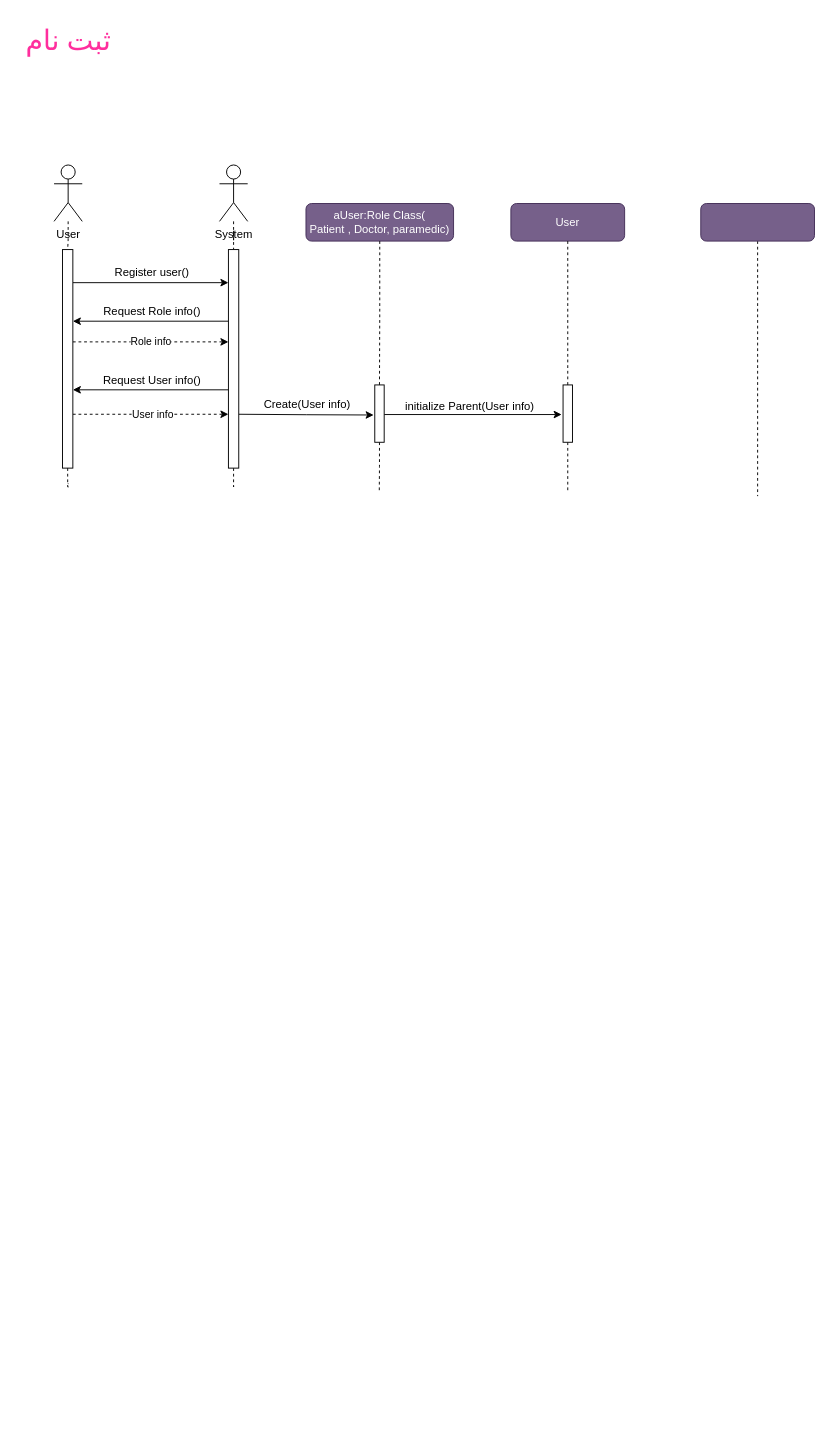
The draw.io diagram page "ثبت‌نام" (6 of 20) of Sequence Diagram/SequenceDiagram.drawio in Matinrezaei/Software-Lab, before the edit. Source tidied: cells renumbered, new cells numbered last; positions are measured from the earlier drawing's top-left corner, leaving out a move shared by most shapes. Both pictures are drawn from the tidied source at 94%, with x=0, y=0 at pixel (16, 16).
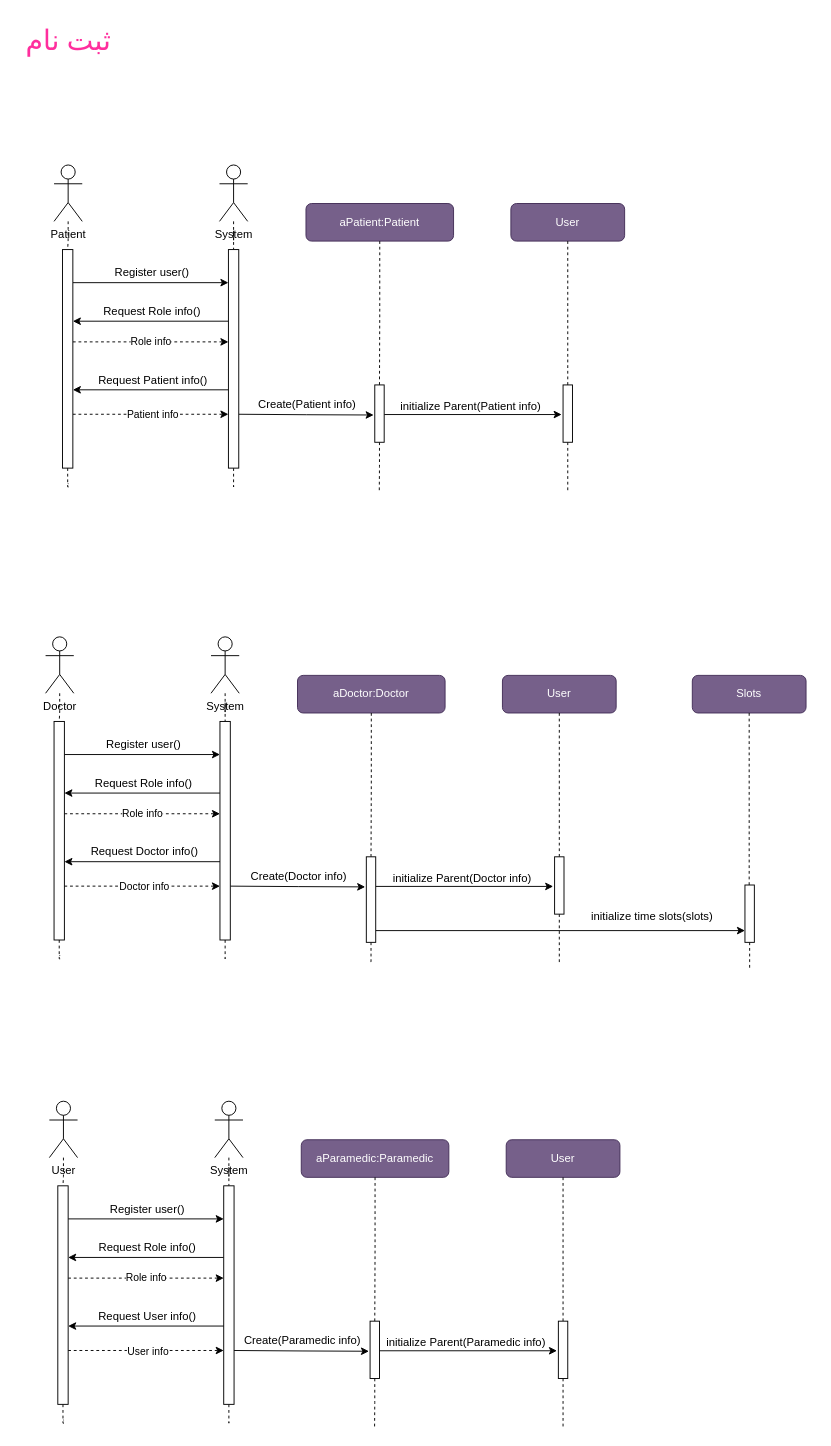
Above is the later version.

The change refers to these unchanged cells:
```xml
<mxCell id="10" style="edgeStyle=orthogonalEdgeStyle;rounded=0;orthogonalLoop=1;jettySize=auto;html=1;entryX=0.5;entryY=1;entryDx=0;entryDy=0;dashed=1;" parent="1" edge="1">
  <mxGeometry relative="1" as="geometry">
    <mxPoint x="60" y="423.2" as="sourcePoint" />
    <mxPoint x="225.5" y="423.2" as="targetPoint" />
  </mxGeometry>
</mxCell>
```

The edit, as a diff of the source:
```diff
@@
-    <mxCell id="4" value="User" style="shape=umlActor;verticalLabelPosition=bottom;verticalAlign=top;html=1;outlineConnect=0;" parent="1" vertex="1">
+    <mxCell id="4" value="Patient" style="shape=umlActor;verticalLabelPosition=bottom;verticalAlign=top;html=1;outlineConnect=0;" parent="1" vertex="1">
       <mxGeometry x="40" y="158" width="30" height="60" as="geometry" />
     </mxCell>
@@
-    <mxCell id="11" value="User info" style="edgeLabel;html=1;align=center;verticalAlign=middle;" parent="10" vertex="1">
+    <mxCell id="11" value="Patient info" style="edgeLabel;html=1;align=center;verticalAlign=middle;" parent="10" vertex="1">
       <mxGeometry x="0.03" relative="1" as="geometry">
         <mxPoint x="-1" as="offset" />
       </mxGeometry>
     </mxCell>
@@
-    <mxCell id="20" value="&lt;div&gt;aUser:Role Class(&lt;/div&gt;&lt;div&gt;Patient , Doctor, paramedic)&lt;br&gt;&lt;/div&gt;" style="rounded=1;whiteSpace=wrap;html=1;fillColor=#76608a;fontColor=#ffffff;strokeColor=#432D57;" parent="1" vertex="1">
+    <mxCell id="20" value="aPatient:Patient" style="rounded=1;whiteSpace=wrap;html=1;fillColor=#76608a;fontColor=#ffffff;strokeColor=#432D57;" parent="1" vertex="1">
       <mxGeometry x="308" y="199" width="157" height="40" as="geometry" />
     </mxCell>
-    <mxCell id="21" style="edgeStyle=orthogonalEdgeStyle;rounded=0;jettySize=auto;html=1;endArrow=none;endFill=0;dashed=1;" parent="1" edge="1" source="22">
-      <mxGeometry relative="1" as="geometry">
-        <mxPoint x="788.5" y="510.3" as="targetPoint" />
-      </mxGeometry>
-    </mxCell>
-    <mxCell id="22" style="rounded=1;whiteSpace=wrap;html=1;fillColor=#76608a;fontColor=#ffffff;strokeColor=#432D57;" parent="1" vertex="1">
-      <mxGeometry x="728" y="199" width="121" height="40" as="geometry" />
-    </mxCell>
@@
-    <mxCell id="26" value="Request User info()" style="text;html=1;align=center;verticalAlign=middle;strokeColor=none;fillColor=none;" parent="1" vertex="1">
-      <mxGeometry x="81" y="374" width="126" height="26" as="geometry" />
+    <mxCell id="26" value="Request Patient info()" style="text;html=1;align=center;verticalAlign=middle;strokeColor=none;fillColor=none;" parent="1" vertex="1">
+      <mxGeometry x="76" y="374" width="137" height="26" as="geometry" />
     </mxCell>
-    <mxCell id="27" value="Create(User info)" style="text;html=1;align=center;verticalAlign=middle;strokeColor=none;fillColor=none;" parent="1" vertex="1">
-      <mxGeometry x="252" y="400" width="113" height="26" as="geometry" />
+    <mxCell id="27" value="Create(Patient info)" style="text;html=1;align=center;verticalAlign=middle;strokeColor=none;fillColor=none;" parent="1" vertex="1">
+      <mxGeometry x="247" y="400" width="124" height="26" as="geometry" />
     </mxCell>
@@
-    <mxCell id="33" value="initialize Parent(User info)" style="text;html=1;align=center;verticalAlign=middle;strokeColor=none;fillColor=none;" parent="1" vertex="1">
-      <mxGeometry x="402.5" y="402" width="159" height="26" as="geometry" />
+    <mxCell id="33" value="initialize Parent(Patient info)" style="text;html=1;align=center;verticalAlign=middle;strokeColor=none;fillColor=none;" parent="1" vertex="1">
+      <mxGeometry x="397.5" y="402" width="170" height="26" as="geometry" />
     </mxCell>
+    <mxCell id="34" style="edgeStyle=orthogonalEdgeStyle;rounded=0;jettySize=auto;html=1;dashed=1;endArrow=none;endFill=0;" parent="1" edge="1" source="43">
+      <mxGeometry relative="1" as="geometry">
+        <mxPoint x="46" y="998.8" as="targetPoint" />
+      </mxGeometry>
+    </mxCell>
+    <mxCell id="35" value="Doctor" style="shape=umlActor;verticalLabelPosition=bottom;verticalAlign=top;html=1;outlineConnect=0;" parent="1" vertex="1">
+      <mxGeometry x="31" y="660" width="30" height="60" as="geometry" />
+    </mxCell>
+    <mxCell id="36" style="edgeStyle=orthogonalEdgeStyle;rounded=0;jettySize=auto;html=1;dashed=1;endArrow=none;endFill=0;" parent="1" edge="1" source="47">
+      <mxGeometry relative="1" as="geometry">
+        <mxPoint x="222" y="999.2" as="targetPoint" />
+      </mxGeometry>
+    </mxCell>
+    <mxCell id="37" value="System" style="shape=umlActor;verticalLabelPosition=bottom;verticalAlign=top;html=1;outlineConnect=0;" parent="1" vertex="1">
+      <mxGeometry x="207" y="660" width="30" height="60" as="geometry" />
+    </mxCell>
+    <mxCell id="38" style="edgeStyle=orthogonalEdgeStyle;rounded=0;jettySize=auto;html=1;dashed=1;endArrow=none;endFill=0;" parent="1" edge="1" source="35" target="43">
+      <mxGeometry relative="1" as="geometry" />
+    </mxCell>
+    <mxCell id="39" style="edgeStyle=orthogonalEdgeStyle;rounded=0;orthogonalLoop=1;jettySize=auto;html=1;entryX=0.5;entryY=1;entryDx=0;entryDy=0;" parent="1" edge="1">
+      <mxGeometry relative="1" as="geometry">
+        <mxPoint x="51" y="785.2" as="sourcePoint" />
+        <mxPoint x="216.5" y="785.2" as="targetPoint" />
+      </mxGeometry>
+    </mxCell>
+    <mxCell id="40" value="Role info" style="edgeStyle=orthogonalEdgeStyle;rounded=0;orthogonalLoop=1;jettySize=auto;html=1;entryX=0.5;entryY=1;entryDx=0;entryDy=0;dashed=1;" parent="1" edge="1">
+      <mxGeometry relative="1" as="geometry">
+        <mxPoint x="51" y="848.2" as="sourcePoint" />
+        <mxPoint x="216.5" y="848.2" as="targetPoint" />
+      </mxGeometry>
+    </mxCell>
+    <mxCell id="41" style="edgeStyle=orthogonalEdgeStyle;rounded=0;orthogonalLoop=1;jettySize=auto;html=1;entryX=0.5;entryY=1;entryDx=0;entryDy=0;dashed=1;" parent="1" edge="1">
+      <mxGeometry relative="1" as="geometry">
+        <mxPoint x="51" y="925.2" as="sourcePoint" />
+        <mxPoint x="216.5" y="925.2" as="targetPoint" />
+      </mxGeometry>
+    </mxCell>
+    <mxCell id="42" value="Doctor info" style="edgeLabel;html=1;align=center;verticalAlign=middle;" parent="41" vertex="1">
+      <mxGeometry x="0.03" relative="1" as="geometry">
+        <mxPoint x="-1" as="offset" />
+      </mxGeometry>
+    </mxCell>
+    <mxCell id="43" style="rounded=0;whiteSpace=wrap;html=1;direction=south;" parent="1" vertex="1">
+      <mxGeometry x="40" y="750" width="11" height="232.5" as="geometry" />
+    </mxCell>
+    <mxCell id="44" style="edgeStyle=orthogonalEdgeStyle;rounded=0;jettySize=auto;html=1;dashed=1;endArrow=none;endFill=0;" parent="1" edge="1" source="37" target="47">
+      <mxGeometry relative="1" as="geometry" />
+    </mxCell>
+    <mxCell id="45" style="edgeStyle=orthogonalEdgeStyle;rounded=0;orthogonalLoop=1;jettySize=auto;html=1;entryX=0.5;entryY=0;entryDx=0;entryDy=0;" parent="1" edge="1">
+      <mxGeometry relative="1" as="geometry">
+        <mxPoint x="216.5" y="826.2" as="sourcePoint" />
+        <mxPoint x="51" y="826.2" as="targetPoint" />
+      </mxGeometry>
+    </mxCell>
+    <mxCell id="46" style="edgeStyle=orthogonalEdgeStyle;rounded=0;orthogonalLoop=1;jettySize=auto;html=1;" parent="1" edge="1">
+      <mxGeometry relative="1" as="geometry">
+        <mxPoint x="227.5" y="925.2" as="sourcePoint" />
+        <mxPoint x="371" y="926" as="targetPoint" />
+      </mxGeometry>
+    </mxCell>
+    <mxCell id="47" style="rounded=0;whiteSpace=wrap;html=1;direction=south;" parent="1" vertex="1">
+      <mxGeometry x="216.5" y="750" width="11" height="232.5" as="geometry" />
+    </mxCell>
+    <mxCell id="48" style="edgeStyle=orthogonalEdgeStyle;rounded=0;jettySize=auto;html=1;endArrow=none;endFill=0;dashed=1;" parent="1" edge="1" source="64">
+      <mxGeometry relative="1" as="geometry">
+        <mxPoint x="577.5" y="1008" as="targetPoint" />
+      </mxGeometry>
+    </mxCell>
+    <mxCell id="49" value="User" style="rounded=1;whiteSpace=wrap;html=1;fillColor=#76608a;fontColor=#ffffff;strokeColor=#432D57;" parent="1" vertex="1">
+      <mxGeometry x="517" y="701" width="121" height="40" as="geometry" />
+    </mxCell>
+    <mxCell id="50" style="edgeStyle=orthogonalEdgeStyle;rounded=0;jettySize=auto;html=1;dashed=1;endArrow=none;endFill=0;" parent="1" edge="1" source="62">
+      <mxGeometry relative="1" as="geometry">
+        <mxPoint x="377" y="1006" as="targetPoint" />
+      </mxGeometry>
+    </mxCell>
+    <mxCell id="51" value="aDoctor:Doctor" style="rounded=1;whiteSpace=wrap;html=1;fillColor=#76608a;fontColor=#ffffff;strokeColor=#432D57;" parent="1" vertex="1">
+      <mxGeometry x="299" y="701" width="157" height="40" as="geometry" />
+    </mxCell>
+    <mxCell id="52" style="edgeStyle=orthogonalEdgeStyle;rounded=0;jettySize=auto;html=1;endArrow=none;endFill=0;dashed=1;" parent="1" edge="1" source="96">
+      <mxGeometry relative="1" as="geometry">
+        <mxPoint x="780" y="1014" as="targetPoint" />
+      </mxGeometry>
+    </mxCell>
+    <mxCell id="53" value="Slots" style="rounded=1;whiteSpace=wrap;html=1;fillColor=#76608a;fontColor=#ffffff;strokeColor=#432D57;" parent="1" vertex="1">
+      <mxGeometry x="719" y="701" width="121" height="40" as="geometry" />
+    </mxCell>
+    <mxCell id="54" value="Register user()" style="text;html=1;align=center;verticalAlign=middle;strokeColor=none;fillColor=none;" parent="1" vertex="1">
+      <mxGeometry x="84" y="762" width="101" height="26" as="geometry" />
+    </mxCell>
+    <mxCell id="55" value="Request Role info()" style="text;html=1;align=center;verticalAlign=middle;strokeColor=none;fillColor=none;" parent="1" vertex="1">
+      <mxGeometry x="72" y="803" width="125" height="26" as="geometry" />
+    </mxCell>
+    <mxCell id="56" style="edgeStyle=orthogonalEdgeStyle;rounded=0;orthogonalLoop=1;jettySize=auto;html=1;entryX=0.5;entryY=0;entryDx=0;entryDy=0;" parent="1" edge="1">
+      <mxGeometry relative="1" as="geometry">
+        <mxPoint x="216.5" y="899.2" as="sourcePoint" />
+        <mxPoint x="51" y="899.2" as="targetPoint" />
+      </mxGeometry>
+    </mxCell>
+    <mxCell id="57" value="Request Doctor info()" style="text;html=1;align=center;verticalAlign=middle;strokeColor=none;fillColor=none;" parent="1" vertex="1">
+      <mxGeometry x="68" y="876" width="135" height="26" as="geometry" />
+    </mxCell>
+    <mxCell id="58" value="Create(Doctor info)" style="text;html=1;align=center;verticalAlign=middle;strokeColor=none;fillColor=none;" parent="1" vertex="1">
+      <mxGeometry x="239" y="902" width="122" height="26" as="geometry" />
+    </mxCell>
+    <mxCell id="59" style="edgeStyle=orthogonalEdgeStyle;rounded=0;jettySize=auto;html=1;dashed=1;endArrow=none;endFill=0;" parent="1" edge="1" source="51" target="62">
+      <mxGeometry relative="1" as="geometry" />
+    </mxCell>
+    <mxCell id="60" style="edgeStyle=orthogonalEdgeStyle;rounded=0;orthogonalLoop=1;jettySize=auto;html=1;" parent="1" edge="1">
+      <mxGeometry relative="1" as="geometry">
+        <mxPoint x="382.2" y="925.5" as="sourcePoint" />
+        <mxPoint x="571" y="925.5" as="targetPoint" />
+      </mxGeometry>
+    </mxCell>
+    <mxCell id="61" style="edgeStyle=orthogonalEdgeStyle;rounded=0;orthogonalLoop=1;jettySize=auto;html=1;" parent="1" edge="1">
+      <mxGeometry relative="1" as="geometry">
+        <mxPoint x="382.2" y="972.5" as="sourcePoint" />
+        <mxPoint x="775" y="972.5" as="targetPoint" />
+      </mxGeometry>
+    </mxCell>
+    <mxCell id="62" style="rounded=0;whiteSpace=wrap;html=1;direction=south;" parent="1" vertex="1">
+      <mxGeometry x="372.2" y="894" width="10" height="91" as="geometry" />
+    </mxCell>
+    <mxCell id="63" style="edgeStyle=orthogonalEdgeStyle;rounded=0;jettySize=auto;html=1;endArrow=none;endFill=0;dashed=1;" parent="1" edge="1" source="49" target="64">
+      <mxGeometry relative="1" as="geometry" />
+    </mxCell>
+    <mxCell id="64" style="rounded=0;whiteSpace=wrap;html=1;direction=south;" parent="1" vertex="1">
+      <mxGeometry x="572.5" y="894" width="10" height="61" as="geometry" />
+    </mxCell>
+    <mxCell id="65" value="initialize Parent(Doctor info)" style="text;html=1;align=center;verticalAlign=middle;strokeColor=none;fillColor=none;" parent="1" vertex="1">
+      <mxGeometry x="389.5" y="904" width="168" height="26" as="geometry" />
+    </mxCell>
+    <mxCell id="66" style="edgeStyle=orthogonalEdgeStyle;rounded=0;jettySize=auto;html=1;dashed=1;endArrow=none;endFill=0;" parent="1" edge="1" source="75">
+      <mxGeometry relative="1" as="geometry">
+        <mxPoint x="50" y="1492.8" as="targetPoint" />
+      </mxGeometry>
+    </mxCell>
+    <mxCell id="67" value="User" style="shape=umlActor;verticalLabelPosition=bottom;verticalAlign=top;html=1;outlineConnect=0;" parent="1" vertex="1">
+      <mxGeometry x="35" y="1154" width="30" height="60" as="geometry" />
+    </mxCell>
+    <mxCell id="68" style="edgeStyle=orthogonalEdgeStyle;rounded=0;jettySize=auto;html=1;dashed=1;endArrow=none;endFill=0;" parent="1" edge="1" source="79">
+      <mxGeometry relative="1" as="geometry">
+        <mxPoint x="226" y="1493.2" as="targetPoint" />
+      </mxGeometry>
+    </mxCell>
+    <mxCell id="69" value="System" style="shape=umlActor;verticalLabelPosition=bottom;verticalAlign=top;html=1;outlineConnect=0;" parent="1" vertex="1">
+      <mxGeometry x="211" y="1154" width="30" height="60" as="geometry" />
+    </mxCell>
+    <mxCell id="70" style="edgeStyle=orthogonalEdgeStyle;rounded=0;jettySize=auto;html=1;dashed=1;endArrow=none;endFill=0;" parent="1" edge="1" source="67" target="75">
+      <mxGeometry relative="1" as="geometry" />
+    </mxCell>
+    <mxCell id="71" style="edgeStyle=orthogonalEdgeStyle;rounded=0;orthogonalLoop=1;jettySize=auto;html=1;entryX=0.5;entryY=1;entryDx=0;entryDy=0;" parent="1" edge="1">
+      <mxGeometry relative="1" as="geometry">
+        <mxPoint x="55" y="1279.2" as="sourcePoint" />
+        <mxPoint x="220.5" y="1279.2" as="targetPoint" />
+      </mxGeometry>
+    </mxCell>
+    <mxCell id="72" value="Role info" style="edgeStyle=orthogonalEdgeStyle;rounded=0;orthogonalLoop=1;jettySize=auto;html=1;entryX=0.5;entryY=1;entryDx=0;entryDy=0;dashed=1;" parent="1" edge="1">
+      <mxGeometry relative="1" as="geometry">
+        <mxPoint x="55" y="1342.2" as="sourcePoint" />
+        <mxPoint x="220.5" y="1342.2" as="targetPoint" />
+      </mxGeometry>
+    </mxCell>
+    <mxCell id="73" style="edgeStyle=orthogonalEdgeStyle;rounded=0;orthogonalLoop=1;jettySize=auto;html=1;entryX=0.5;entryY=1;entryDx=0;entryDy=0;dashed=1;" parent="1" edge="1">
+      <mxGeometry relative="1" as="geometry">
+        <mxPoint x="55" y="1419.2" as="sourcePoint" />
+        <mxPoint x="220.5" y="1419.2" as="targetPoint" />
+      </mxGeometry>
+    </mxCell>
+    <mxCell id="74" value="User info" style="edgeLabel;html=1;align=center;verticalAlign=middle;" parent="73" vertex="1">
+      <mxGeometry x="0.03" relative="1" as="geometry">
+        <mxPoint x="-1" as="offset" />
+      </mxGeometry>
+    </mxCell>
+    <mxCell id="75" style="rounded=0;whiteSpace=wrap;html=1;direction=south;" parent="1" vertex="1">
+      <mxGeometry x="44" y="1244" width="11" height="232.5" as="geometry" />
+    </mxCell>
+    <mxCell id="76" style="edgeStyle=orthogonalEdgeStyle;rounded=0;jettySize=auto;html=1;dashed=1;endArrow=none;endFill=0;" parent="1" edge="1" source="69" target="79">
+      <mxGeometry relative="1" as="geometry" />
+    </mxCell>
+    <mxCell id="77" style="edgeStyle=orthogonalEdgeStyle;rounded=0;orthogonalLoop=1;jettySize=auto;html=1;entryX=0.5;entryY=0;entryDx=0;entryDy=0;" parent="1" edge="1">
+      <mxGeometry relative="1" as="geometry">
+        <mxPoint x="220.5" y="1320.2" as="sourcePoint" />
+        <mxPoint x="55" y="1320.2" as="targetPoint" />
+      </mxGeometry>
+    </mxCell>
+    <mxCell id="78" style="edgeStyle=orthogonalEdgeStyle;rounded=0;orthogonalLoop=1;jettySize=auto;html=1;" parent="1" edge="1">
+      <mxGeometry relative="1" as="geometry">
+        <mxPoint x="231.5" y="1419.2" as="sourcePoint" />
+        <mxPoint x="375" y="1420" as="targetPoint" />
+      </mxGeometry>
+    </mxCell>
+    <mxCell id="79" style="rounded=0;whiteSpace=wrap;html=1;direction=south;" parent="1" vertex="1">
+      <mxGeometry x="220.5" y="1244" width="11" height="232.5" as="geometry" />
+    </mxCell>
+    <mxCell id="80" style="edgeStyle=orthogonalEdgeStyle;rounded=0;jettySize=auto;html=1;endArrow=none;endFill=0;dashed=1;" parent="1" edge="1" source="93">
+      <mxGeometry relative="1" as="geometry">
+        <mxPoint x="581.5" y="1502" as="targetPoint" />
+      </mxGeometry>
+    </mxCell>
+    <mxCell id="81" value="User" style="rounded=1;whiteSpace=wrap;html=1;fillColor=#76608a;fontColor=#ffffff;strokeColor=#432D57;" parent="1" vertex="1">
+      <mxGeometry x="521" y="1195" width="121" height="40" as="geometry" />
+    </mxCell>
+    <mxCell id="82" style="edgeStyle=orthogonalEdgeStyle;rounded=0;jettySize=auto;html=1;dashed=1;endArrow=none;endFill=0;" parent="1" edge="1" source="91">
+      <mxGeometry relative="1" as="geometry">
+        <mxPoint x="381" y="1500" as="targetPoint" />
+      </mxGeometry>
+    </mxCell>
+    <mxCell id="83" value="aParamedic:Paramedic" style="rounded=1;whiteSpace=wrap;html=1;fillColor=#76608a;fontColor=#ffffff;strokeColor=#432D57;" parent="1" vertex="1">
+      <mxGeometry x="303" y="1195" width="157" height="40" as="geometry" />
+    </mxCell>
+    <mxCell id="84" value="Register user()" style="text;html=1;align=center;verticalAlign=middle;strokeColor=none;fillColor=none;" parent="1" vertex="1">
+      <mxGeometry x="88" y="1256" width="101" height="26" as="geometry" />
+    </mxCell>
+    <mxCell id="85" value="Request Role info()" style="text;html=1;align=center;verticalAlign=middle;strokeColor=none;fillColor=none;" parent="1" vertex="1">
+      <mxGeometry x="76" y="1297" width="125" height="26" as="geometry" />
+    </mxCell>
+    <mxCell id="86" style="edgeStyle=orthogonalEdgeStyle;rounded=0;orthogonalLoop=1;jettySize=auto;html=1;entryX=0.5;entryY=0;entryDx=0;entryDy=0;" parent="1" edge="1">
+      <mxGeometry relative="1" as="geometry">
+        <mxPoint x="220.5" y="1393.2" as="sourcePoint" />
+        <mxPoint x="55" y="1393.2" as="targetPoint" />
+      </mxGeometry>
+    </mxCell>
+    <mxCell id="87" value="Request User info()" style="text;html=1;align=center;verticalAlign=middle;strokeColor=none;fillColor=none;" parent="1" vertex="1">
+      <mxGeometry x="76" y="1370" width="126" height="26" as="geometry" />
+    </mxCell>
+    <mxCell id="88" value="Create(Paramedic info)" style="text;html=1;align=center;verticalAlign=middle;strokeColor=none;fillColor=none;" parent="1" vertex="1">
+      <mxGeometry x="231" y="1396" width="146" height="26" as="geometry" />
+    </mxCell>
+    <mxCell id="89" style="edgeStyle=orthogonalEdgeStyle;rounded=0;jettySize=auto;html=1;dashed=1;endArrow=none;endFill=0;" parent="1" edge="1" source="83" target="91">
+      <mxGeometry relative="1" as="geometry" />
+    </mxCell>
+    <mxCell id="90" style="edgeStyle=orthogonalEdgeStyle;rounded=0;orthogonalLoop=1;jettySize=auto;html=1;" parent="1" edge="1">
+      <mxGeometry relative="1" as="geometry">
+        <mxPoint x="386.2" y="1419.5" as="sourcePoint" />
+        <mxPoint x="575" y="1419.5" as="targetPoint" />
+      </mxGeometry>
+    </mxCell>
+    <mxCell id="91" style="rounded=0;whiteSpace=wrap;html=1;direction=south;" parent="1" vertex="1">
+      <mxGeometry x="376.2" y="1388" width="10" height="61" as="geometry" />
+    </mxCell>
+    <mxCell id="92" style="edgeStyle=orthogonalEdgeStyle;rounded=0;jettySize=auto;html=1;endArrow=none;endFill=0;dashed=1;" parent="1" edge="1" source="81" target="93">
+      <mxGeometry relative="1" as="geometry" />
+    </mxCell>
+    <mxCell id="93" style="rounded=0;whiteSpace=wrap;html=1;direction=south;" parent="1" vertex="1">
+      <mxGeometry x="576.5" y="1388" width="10" height="61" as="geometry" />
+    </mxCell>
+    <mxCell id="94" value="initialize Parent(Paramedic info)" style="text;html=1;align=center;verticalAlign=middle;strokeColor=none;fillColor=none;" parent="1" vertex="1">
+      <mxGeometry x="381.5" y="1398" width="192" height="26" as="geometry" />
+    </mxCell>
+    <mxCell id="95" style="edgeStyle=orthogonalEdgeStyle;rounded=0;jettySize=auto;html=1;endArrow=none;endFill=0;dashed=1;" parent="1" edge="1" source="53" target="96">
+      <mxGeometry relative="1" as="geometry">
+        <Array as="points">
+          <mxPoint x="780" y="833" />
+          <mxPoint x="780" y="833" />
+        </Array>
+      </mxGeometry>
+    </mxCell>
+    <mxCell id="96" style="rounded=0;whiteSpace=wrap;html=1;direction=south;" parent="1" vertex="1">
+      <mxGeometry x="775" y="924" width="10" height="61" as="geometry" />
+    </mxCell>
+    <mxCell id="97" value="initialize time slots(slots)" style="text;html=1;align=center;verticalAlign=middle;strokeColor=none;fillColor=none;" parent="1" vertex="1">
+      <mxGeometry x="599" y="944.5" width="154" height="26" as="geometry" />
+    </mxCell>
```
